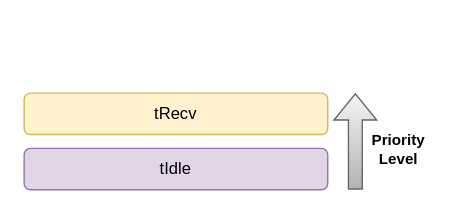
Above: page "ThPrio" (2 of 14) of documentation/flowcharts/RS/RS.drawio in ESRGgroup9/slipad (draw.io), before the change. Source tidied: cells renumbered, new cells numbered last; positions are measured from the earlier drawing's top-left corner, leaving out a move shared by most shapes. Both pictures are drawn from the tidied source at 138%, with x=0, y=0 at pixel (23, 92).
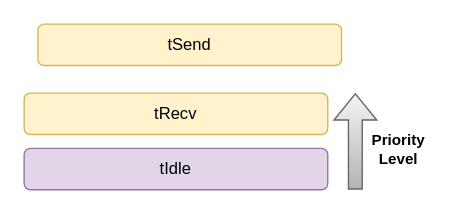
The same page after the edit.

Diff of the diagram source:
```diff
@@
 <mxGraphModel>
   <root>
     <mxCell id="0" />
     <mxCell id="1" parent="0" />
     <mxCell id="2" value="tRecv" style="rounded=1;whiteSpace=wrap;html=1;fillColor=#fff2cc;strokeColor=#d6b656;" parent="1" vertex="1">
       <mxGeometry width="220" height="30" as="geometry" />
     </mxCell>
     <mxCell id="3" value="tIdle" style="rounded=1;whiteSpace=wrap;html=1;fillColor=#e1d5e7;strokeColor=#9673a6;" parent="1" vertex="1">
       <mxGeometry y="40" width="220" height="30" as="geometry" />
     </mxCell>
     <mxCell id="4" style="shape=flexArrow;endArrow=classic;html=1;rounded=0;fillColor=#f5f5f5;gradientColor=#b3b3b3;strokeColor=#666666;" parent="1" edge="1">
       <mxGeometry relative="1" as="geometry">
         <mxPoint x="240" y="70" as="sourcePoint" />
         <mxPoint x="240" as="targetPoint" />
       </mxGeometry>
     </mxCell>
     <mxCell id="5" value="&lt;div&gt;Priority&lt;/div&gt;&lt;div&gt;Level&lt;/div&gt;" style="edgeLabel;html=1;align=center;verticalAlign=middle;labelBackgroundColor=default;fontStyle=1;" parent="4" vertex="1">
       <mxGeometry x="0.54" y="-2" relative="1" as="geometry">
         <mxPoint x="28" y="24" as="offset" />
       </mxGeometry>
     </mxCell>
+    <mxCell id="6" value="tSend" style="rounded=1;whiteSpace=wrap;html=1;fillColor=#fff2cc;strokeColor=#d6b656;" parent="1" vertex="1">
+      <mxGeometry x="10" y="-50" width="220" height="30" as="geometry" />
+    </mxCell>
   </root>
 </mxGraphModel>
```
